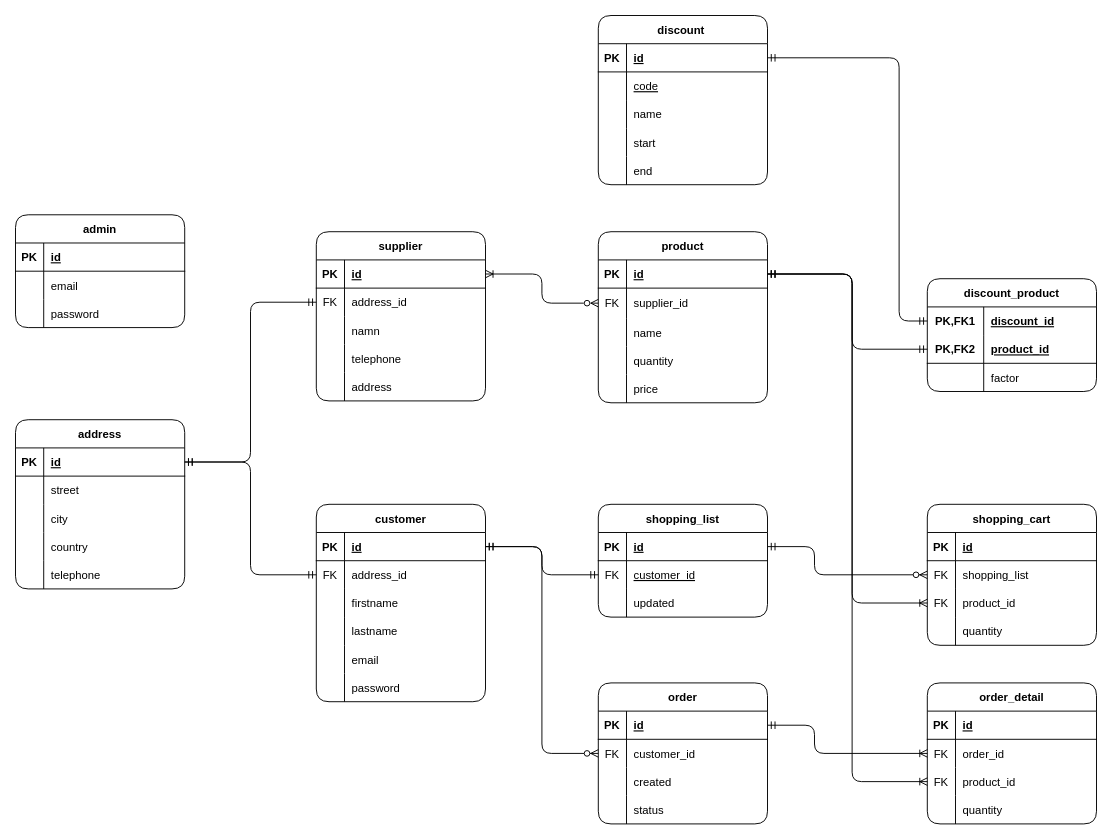
This is project/res/online_store.drawio from mnerv/log_horizon_scrub, a draw.io file, before an edit. Source tidied: cells renumbered, new cells numbered last; positions are measured from the earlier drawing's top-left corner, leaving out a move shared by most shapes. Both pictures are drawn from the tidied source at 94%, with x=0, y=0 at pixel (15, 15).
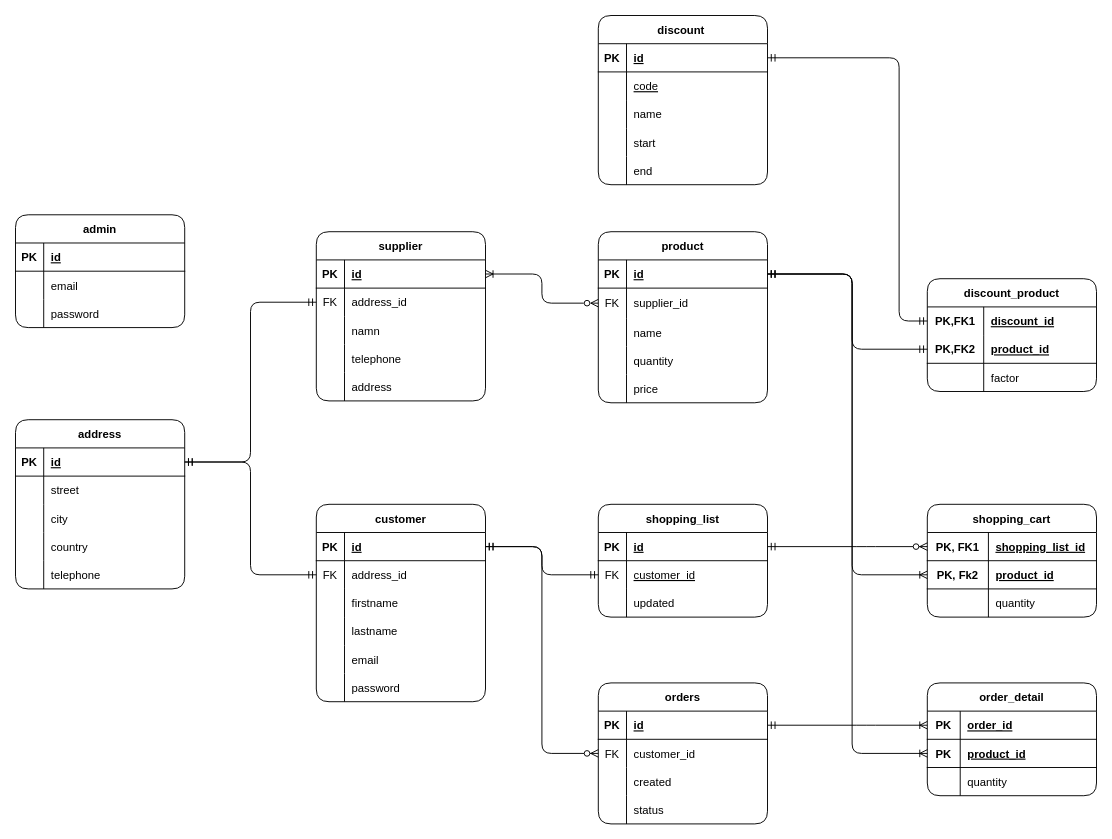
After the change.

Commit message (it also covers changes not shown here):
project: Fix syntax errors in database creation script

Unchanged cells that the change refers to:
```xml
<mxCell id="22" style="shape=tableRow;horizontal=0;startSize=0;swimlaneHead=0;swimlaneBody=0;fillColor=none;points=[[0,0.5],[1,0.5]];portConstraint=eastwest;top=0;left=0;right=0;bottom=1;" parent="21" vertex="1">
  <mxGeometry y="30" width="180" height="30" as="geometry" />
</mxCell>
<mxCell id="32" style="shape=tableRow;horizontal=0;startSize=0;swimlaneHead=0;swimlaneBody=0;fillColor=none;points=[[0,0.5],[1,0.5]];portConstraint=eastwest;top=0;left=0;right=0;bottom=1;" parent="31" vertex="1">
  <mxGeometry y="30" width="180" height="30" as="geometry" />
</mxCell>
<mxCell id="47" style="shape=tableRow;horizontal=0;startSize=0;swimlaneHead=0;swimlaneBody=0;fillColor=none;points=[[0,0.5],[1,0.5]];portConstraint=eastwest;top=0;left=0;right=0;bottom=1;" parent="46" vertex="1">
  <mxGeometry y="30" width="180" height="30" as="geometry" />
</mxCell>
<mxCell id="60" style="shape=tableRow;horizontal=0;startSize=0;swimlaneHead=0;swimlaneBody=0;fillColor=none;points=[[0,0.5],[1,0.5]];portConstraint=eastwest;top=0;left=0;right=0;bottom=1;" parent="59" vertex="1">
  <mxGeometry y="30" width="180" height="30" as="geometry" />
</mxCell>
<mxCell id="75" style="shape=tableRow;horizontal=0;startSize=0;swimlaneHead=0;swimlaneBody=0;fillColor=none;points=[[0,0.5],[1,0.5]];portConstraint=eastwest;top=0;left=0;right=0;bottom=1;" parent="74" vertex="1">
  <mxGeometry y="30" width="180" height="30" as="geometry" />
</mxCell>
```

The edit, as a diff of the source:
```diff
@@
     <mxCell id="31" value="shopping_cart" style="shape=table;startSize=30;childLayout=tableLayout;rowLines=0;fontStyle=1;align=center;rounded=1;" parent="1" vertex="1">
-      <mxGeometry x="970" y="520" width="180" height="150" as="geometry" />
+      <mxGeometry x="970" y="520" width="180" height="120" as="geometry" />
     </mxCell>
@@
-    <mxCell id="33" value="PK" style="shape=partialRectangle;fillColor=none;top=0;left=0;bottom=0;right=0;fontStyle=1;overflow=hidden;" parent="32" vertex="1">
-      <mxGeometry width="30" height="30" as="geometry" />
+    <mxCell id="33" value="PK, FK1" style="shape=partialRectangle;fillColor=none;top=0;left=0;bottom=0;right=0;fontStyle=1;overflow=hidden;" parent="32" vertex="1">
+      <mxGeometry width="65" height="30" as="geometry" />
     </mxCell>
-    <mxCell id="34" value="id" style="shape=partialRectangle;fillColor=none;top=0;left=0;bottom=0;right=0;align=left;spacingLeft=6;fontStyle=5;overflow=hidden;" parent="32" vertex="1">
-      <mxGeometry x="30" width="150" height="30" as="geometry" />
+    <mxCell id="34" value="shopping_list_id" style="shape=partialRectangle;fillColor=none;top=0;left=0;bottom=0;right=0;align=left;spacingLeft=6;fontStyle=5;overflow=hidden;" parent="32" vertex="1">
+      <mxGeometry x="65" width="115" height="30" as="geometry" />
     </mxCell>
-    <mxCell id="35" style="shape=tableRow;horizontal=0;startSize=0;swimlaneHead=0;swimlaneBody=0;fillColor=none;points=[[0,0.5],[1,0.5]];portConstraint=eastwest;top=0;left=0;right=0;bottom=0;" parent="31" vertex="1">
-      <mxGeometry y="60" width="180" height="30" as="geometry" />
-    </mxCell>
-    <mxCell id="36" value="FK" style="shape=partialRectangle;fillColor=none;top=0;left=0;bottom=0;right=0;overflow=hidden;" parent="35" vertex="1">
-      <mxGeometry width="30" height="30" as="geometry" />
-    </mxCell>
-    <mxCell id="37" value="shopping_list" style="shape=partialRectangle;fillColor=none;top=0;left=0;bottom=0;right=0;align=left;spacingLeft=6;overflow=hidden;" parent="35" vertex="1">
-      <mxGeometry x="30" width="150" height="30" as="geometry" />
-    </mxCell>
-    <mxCell id="38" style="shape=tableRow;horizontal=0;startSize=0;swimlaneHead=0;swimlaneBody=0;fillColor=none;points=[[0,0.5],[1,0.5]];portConstraint=eastwest;top=0;left=0;right=0;bottom=0;" parent="31" vertex="1">
-      <mxGeometry y="90" width="180" height="30" as="geometry" />
-    </mxCell>
-    <mxCell id="39" value="FK" style="shape=partialRectangle;fillColor=none;top=0;left=0;bottom=0;right=0;overflow=hidden;" parent="38" vertex="1">
-      <mxGeometry width="30" height="30" as="geometry" />
-    </mxCell>
-    <mxCell id="40" value="product_id" style="shape=partialRectangle;fillColor=none;top=0;left=0;bottom=0;right=0;align=left;spacingLeft=6;overflow=hidden;" parent="38" vertex="1">
-      <mxGeometry x="30" width="150" height="30" as="geometry" />
-    </mxCell>
+    <mxCell id="165" style="shape=tableRow;horizontal=0;startSize=0;swimlaneHead=0;swimlaneBody=0;fillColor=none;points=[[0,0.5],[1,0.5]];portConstraint=eastwest;top=0;left=0;right=0;bottom=1;" parent="31" vertex="1">
+      <mxGeometry y="60" width="180" height="30" as="geometry" />
+    </mxCell>
+    <mxCell id="166" value="PK, Fk2" style="shape=partialRectangle;fillColor=none;top=0;left=0;bottom=0;right=0;fontStyle=1;overflow=hidden;" parent="165" vertex="1">
+      <mxGeometry width="65" height="30" as="geometry" />
+    </mxCell>
+    <mxCell id="167" value="product_id" style="shape=partialRectangle;fillColor=none;top=0;left=0;bottom=0;right=0;align=left;spacingLeft=6;fontStyle=5;overflow=hidden;" parent="165" vertex="1">
+      <mxGeometry x="65" width="115" height="30" as="geometry" />
+    </mxCell>
     <mxCell id="41" style="shape=tableRow;horizontal=0;startSize=0;swimlaneHead=0;swimlaneBody=0;fillColor=none;top=0;left=0;right=0;bottom=0;" parent="31" vertex="1">
-      <mxGeometry y="120" width="180" height="30" as="geometry" />
+      <mxGeometry y="90" width="180" height="30" as="geometry" />
     </mxCell>
     <mxCell id="42" style="shape=partialRectangle;fillColor=none;top=0;left=0;bottom=0;right=0;overflow=hidden;" parent="41" vertex="1">
-      <mxGeometry width="30" height="30" as="geometry" />
+      <mxGeometry width="65" height="30" as="geometry" />
     </mxCell>
     <mxCell id="43" value="quantity" style="shape=partialRectangle;fillColor=none;top=0;left=0;bottom=0;right=0;align=left;spacingLeft=6;overflow=hidden;" parent="41" vertex="1">
-      <mxGeometry x="30" width="150" height="30" as="geometry" />
+      <mxGeometry x="65" width="115" height="30" as="geometry" />
     </mxCell>
@@
-    <mxCell id="45" style="edgeStyle=orthogonalEdgeStyle;fontSize=12;html=1;endArrow=ERzeroToMany;startArrow=ERmandOne;rounded=1;exitX=1;exitY=0.5;exitDx=0;exitDy=0;entryX=0;entryY=0.5;entryDx=0;entryDy=0;" parent="1" edge="1" source="22" target="35">
+    <mxCell id="45" style="edgeStyle=orthogonalEdgeStyle;fontSize=12;html=1;endArrow=ERzeroToMany;startArrow=ERmandOne;rounded=1;exitX=1;exitY=0.5;exitDx=0;exitDy=0;entryX=0;entryY=0.5;entryDx=0;entryDy=0;" parent="1" edge="1" source="22" target="32">
       <mxGeometry relative="1" as="geometry">
         <Array as="points">
-          <mxPoint x="850" y="565" />
-          <mxPoint x="850" y="595" />
+          <mxPoint x="905" y="565" />
+          <mxPoint x="905" y="565" />
         </Array>
       </mxGeometry>
     </mxCell>
-    <mxCell id="46" value="order" style="shape=table;startSize=30;childLayout=tableLayout;rowLines=0;fontStyle=1;align=center;rounded=1;" parent="1" vertex="1">
+    <mxCell id="46" value="orders" style="shape=table;startSize=30;childLayout=tableLayout;rowLines=0;fontStyle=1;align=center;rounded=1;" parent="1" vertex="1">
       <mxGeometry x="620" y="710" width="180" height="150" as="geometry" />
     </mxCell>
@@
     <mxCell id="59" value="order_detail" style="shape=table;startSize=30;childLayout=tableLayout;rowLines=0;fontStyle=1;align=center;rounded=1;" parent="1" vertex="1">
-      <mxGeometry x="970" y="710" width="180" height="150" as="geometry" />
+      <mxGeometry x="970" y="710" width="180" height="120" as="geometry" />
     </mxCell>
@@
     <mxCell id="61" value="PK" style="shape=partialRectangle;fillColor=none;top=0;left=0;bottom=0;right=0;fontStyle=1;overflow=hidden;" parent="60" vertex="1">
-      <mxGeometry width="30" height="30" as="geometry" />
+      <mxGeometry width="35" height="30" as="geometry" />
     </mxCell>
-    <mxCell id="62" value="id" style="shape=partialRectangle;fillColor=none;top=0;left=0;bottom=0;right=0;align=left;spacingLeft=6;fontStyle=5;overflow=hidden;" parent="60" vertex="1">
-      <mxGeometry x="30" width="150" height="30" as="geometry" />
+    <mxCell id="62" value="order_id" style="shape=partialRectangle;fillColor=none;top=0;left=0;bottom=0;right=0;align=left;spacingLeft=6;fontStyle=5;overflow=hidden;" parent="60" vertex="1">
+      <mxGeometry x="35" width="145" height="30" as="geometry" />
     </mxCell>
-    <mxCell id="63" style="shape=tableRow;horizontal=0;startSize=0;swimlaneHead=0;swimlaneBody=0;fillColor=none;points=[[0,0.5],[1,0.5]];portConstraint=eastwest;top=0;left=0;right=0;bottom=0;" parent="59" vertex="1">
-      <mxGeometry y="60" width="180" height="30" as="geometry" />
-    </mxCell>
-    <mxCell id="64" value="FK" style="shape=partialRectangle;fillColor=none;top=0;left=0;bottom=0;right=0;overflow=hidden;" parent="63" vertex="1">
-      <mxGeometry width="30" height="30" as="geometry" />
-    </mxCell>
-    <mxCell id="65" value="order_id" style="shape=partialRectangle;fillColor=none;top=0;left=0;bottom=0;right=0;align=left;spacingLeft=6;overflow=hidden;" parent="63" vertex="1">
-      <mxGeometry x="30" width="150" height="30" as="geometry" />
-    </mxCell>
-    <mxCell id="66" style="shape=tableRow;horizontal=0;startSize=0;swimlaneHead=0;swimlaneBody=0;fillColor=none;points=[[0,0.5],[1,0.5]];portConstraint=eastwest;top=0;left=0;right=0;bottom=0;" parent="59" vertex="1">
-      <mxGeometry y="90" width="180" height="30" as="geometry" />
-    </mxCell>
-    <mxCell id="67" value="FK" style="shape=partialRectangle;fillColor=none;top=0;left=0;bottom=0;right=0;overflow=hidden;" parent="66" vertex="1">
-      <mxGeometry width="30" height="30" as="geometry" />
-    </mxCell>
-    <mxCell id="68" value="product_id" style="shape=partialRectangle;fillColor=none;top=0;left=0;bottom=0;right=0;align=left;spacingLeft=6;overflow=hidden;" parent="66" vertex="1">
-      <mxGeometry x="30" width="150" height="30" as="geometry" />
-    </mxCell>
+    <mxCell id="168" style="shape=tableRow;horizontal=0;startSize=0;swimlaneHead=0;swimlaneBody=0;fillColor=none;points=[[0,0.5],[1,0.5]];portConstraint=eastwest;top=0;left=0;right=0;bottom=1;" parent="59" vertex="1">
+      <mxGeometry y="60" width="180" height="30" as="geometry" />
+    </mxCell>
+    <mxCell id="169" value="PK" style="shape=partialRectangle;fillColor=none;top=0;left=0;bottom=0;right=0;fontStyle=1;overflow=hidden;" parent="168" vertex="1">
+      <mxGeometry width="35" height="30" as="geometry" />
+    </mxCell>
+    <mxCell id="170" value="product_id" style="shape=partialRectangle;fillColor=none;top=0;left=0;bottom=0;right=0;align=left;spacingLeft=6;fontStyle=5;overflow=hidden;" parent="168" vertex="1">
+      <mxGeometry x="35" width="145" height="30" as="geometry" />
+    </mxCell>
     <mxCell id="69" style="shape=tableRow;horizontal=0;startSize=0;swimlaneHead=0;swimlaneBody=0;fillColor=none;top=0;left=0;right=0;bottom=0;" parent="59" vertex="1">
-      <mxGeometry y="120" width="180" height="30" as="geometry" />
+      <mxGeometry y="90" width="180" height="30" as="geometry" />
     </mxCell>
     <mxCell id="70" style="shape=partialRectangle;fillColor=none;top=0;left=0;bottom=0;right=0;overflow=hidden;" parent="69" vertex="1">
-      <mxGeometry width="30" height="30" as="geometry" />
+      <mxGeometry width="35" height="30" as="geometry" />
     </mxCell>
     <mxCell id="71" value="quantity" style="shape=partialRectangle;fillColor=none;top=0;left=0;bottom=0;right=0;align=left;spacingLeft=6;overflow=hidden;" parent="69" vertex="1">
-      <mxGeometry x="30" width="150" height="30" as="geometry" />
+      <mxGeometry x="35" width="145" height="30" as="geometry" />
     </mxCell>
-    <mxCell id="72" style="edgeStyle=orthogonalEdgeStyle;fontSize=12;html=1;endArrow=ERoneToMany;startArrow=ERmandOne;rounded=1;entryX=0;entryY=0.5;entryDx=0;entryDy=0;exitX=1;exitY=0.5;exitDx=0;exitDy=0;" parent="1" edge="1" source="47" target="63">
+    <mxCell id="72" style="edgeStyle=orthogonalEdgeStyle;fontSize=12;html=1;endArrow=ERoneToMany;startArrow=ERmandOne;rounded=1;entryX=0;entryY=0.5;entryDx=0;entryDy=0;exitX=1;exitY=0.5;exitDx=0;exitDy=0;" parent="1" edge="1" source="47" target="60">
       <mxGeometry relative="1" as="geometry">
         <Array as="points">
-          <mxPoint x="850" y="755" />
-          <mxPoint x="850" y="785" />
+          <mxPoint x="905" y="755" />
+          <mxPoint x="905" y="755" />
         </Array>
       </mxGeometry>
     </mxCell>
@@
-    <mxCell id="90" style="edgeStyle=orthogonalEdgeStyle;fontSize=12;html=1;endArrow=ERoneToMany;endFill=0;rounded=1;entryX=0;entryY=0.5;entryDx=0;entryDy=0;exitX=1;exitY=0.5;exitDx=0;exitDy=0;startArrow=ERmandOne;startFill=0;" parent="1" edge="1" source="75" target="38">
+    <mxCell id="90" style="edgeStyle=orthogonalEdgeStyle;fontSize=12;html=1;endArrow=ERoneToMany;endFill=0;rounded=1;entryX=0;entryY=0.5;entryDx=0;entryDy=0;exitX=1;exitY=0.5;exitDx=0;exitDy=0;startArrow=ERmandOne;startFill=0;" parent="1" edge="1" source="75" target="165">
       <mxGeometry relative="1" as="geometry">
         <Array as="points">
           <mxPoint x="890" y="275" />
-          <mxPoint x="890" y="625" />
+          <mxPoint x="890" y="595" />
         </Array>
       </mxGeometry>
     </mxCell>
-    <mxCell id="91" style="edgeStyle=orthogonalEdgeStyle;fontSize=12;html=1;endArrow=ERoneToMany;endFill=0;rounded=1;entryX=0;entryY=0.5;entryDx=0;entryDy=0;exitX=1;exitY=0.5;exitDx=0;exitDy=0;startArrow=ERmandOne;startFill=0;" parent="1" edge="1" source="75" target="66">
+    <mxCell id="91" style="edgeStyle=orthogonalEdgeStyle;fontSize=12;html=1;endArrow=ERoneToMany;endFill=0;rounded=1;entryX=0;entryY=0.5;entryDx=0;entryDy=0;exitX=1;exitY=0.5;exitDx=0;exitDy=0;startArrow=ERmandOne;startFill=0;" parent="1" edge="1" source="75" target="168">
       <mxGeometry relative="1" as="geometry">
         <Array as="points">
           <mxPoint x="890" y="275" />
-          <mxPoint x="890" y="815" />
+          <mxPoint x="890" y="785" />
         </Array>
       </mxGeometry>
     </mxCell>
```
